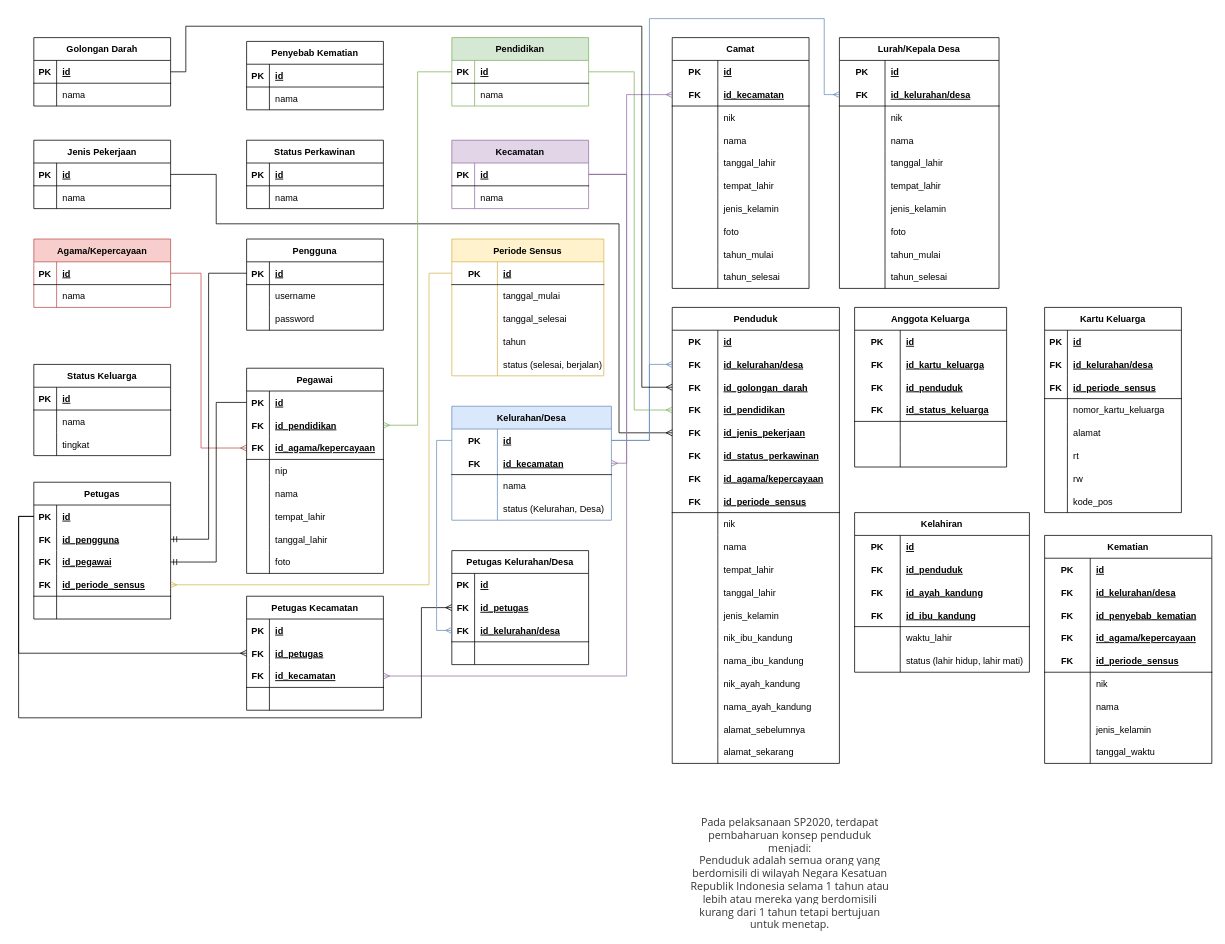
Earlier version of the draw.io diagram database/Database Schema.drawio (yafizh/SKRIPSI-Sensus-Penduduk-BPS-HSU). Source tidied: cells renumbered, new cells numbered last; positions are measured from the earlier drawing's top-left corner, leaving out a move shared by most shapes. Both pictures are drawn from the tidied source at 76%, with x=0, y=0 at pixel (18, 18).
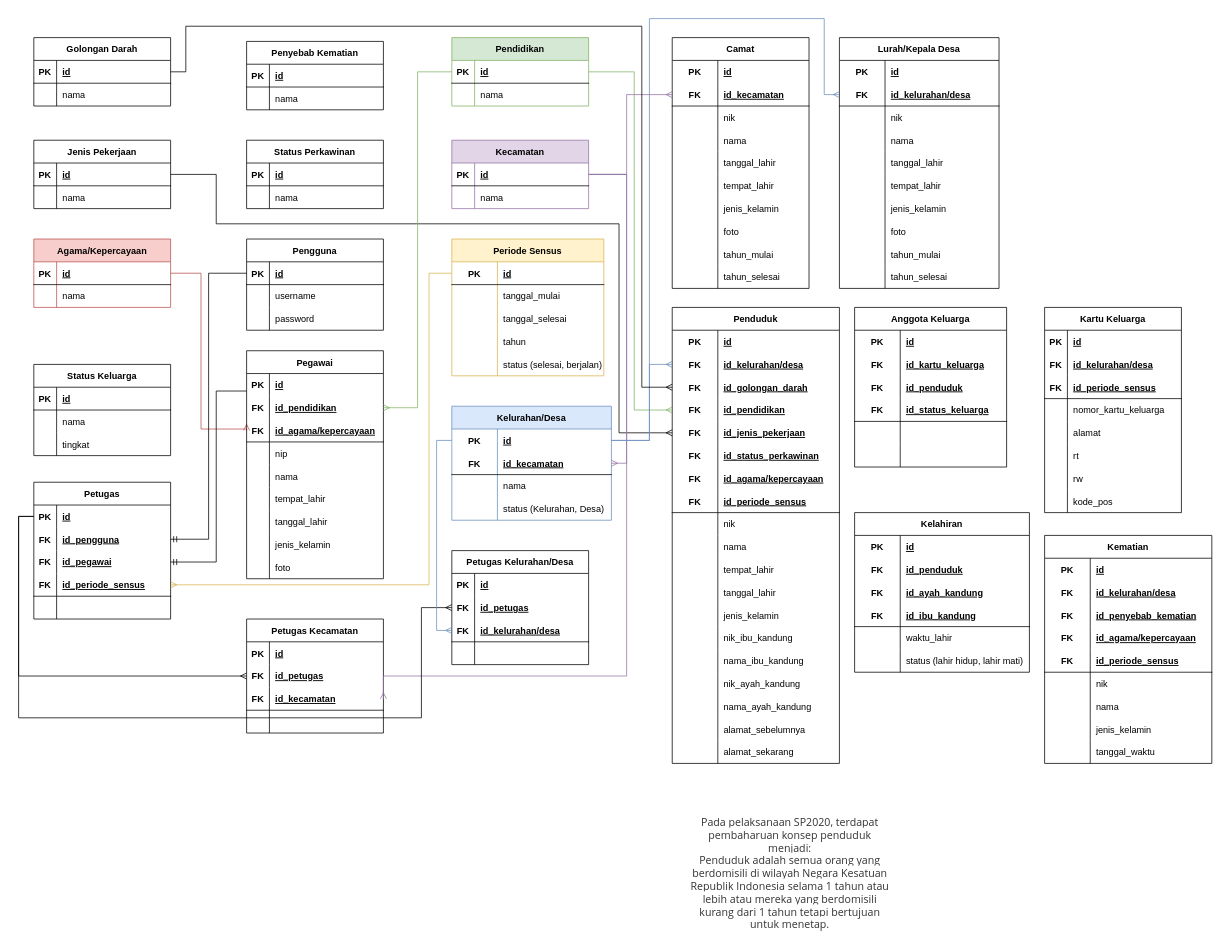
The same page after the edit.

The change refers to these unchanged cells:
```xml
<mxCell id="192" value="Agama/Kepercayaan" style="shape=table;startSize=30;childLayout=tableLayout;rowLines=0;fontStyle=1;align=center;fillColor=#f8cecc;strokeColor=#b85450;" parent="1" vertex="1">
  <mxGeometry x="20" y="290" width="180" height="90" as="geometry" />
</mxCell>
<mxCell id="300" style="shape=tableRow;horizontal=0;startSize=0;swimlaneHead=0;swimlaneBody=0;fillColor=none;points=[[0,0.5],[1,0.5]];portConstraint=eastwest;top=0;left=0;right=0;bottom=1;strokeColor=none;" parent="299" vertex="1">
  <mxGeometry y="30" width="180" height="30" as="geometry" />
</mxCell>
<mxCell id="306" style="shape=tableRow;horizontal=0;startSize=0;swimlaneHead=0;swimlaneBody=0;fillColor=none;points=[[0,0.5],[1,0.5]];portConstraint=eastwest;top=0;left=0;right=0;bottom=1;" parent="299" vertex="1">
  <mxGeometry y="90" width="180" height="30" as="geometry" />
</mxCell>
<mxCell id="328" style="shape=tableRow;horizontal=0;startSize=0;swimlaneHead=0;swimlaneBody=0;fillColor=none;points=[[0,0.5],[1,0.5]];portConstraint=eastwest;top=0;left=0;right=0;bottom=1;strokeColor=none;" parent="324" vertex="1">
  <mxGeometry y="60" width="180" height="30" as="geometry" />
</mxCell>
<mxCell id="367" style="shape=tableRow;horizontal=0;startSize=0;swimlaneHead=0;swimlaneBody=0;fillColor=none;points=[[0,0.5],[1,0.5]];portConstraint=eastwest;top=0;left=0;right=0;bottom=1;strokeColor=none;" parent="366" vertex="1">
  <mxGeometry y="30" width="180" height="30" as="geometry" />
</mxCell>
<mxCell id="373" style="shape=tableRow;horizontal=0;startSize=0;swimlaneHead=0;swimlaneBody=0;fillColor=none;points=[[0,0.5],[1,0.5]];portConstraint=eastwest;top=0;left=0;right=0;bottom=1;strokeColor=none;" parent="366" vertex="1">
  <mxGeometry y="90" width="180" height="30" as="geometry" />
</mxCell>
```

Change to the diagram source:
```diff
@@
     <mxCell id="191" style="edgeStyle=orthogonalEdgeStyle;rounded=0;jettySize=auto;html=1;entryX=0;entryY=0.5;entryDx=0;entryDy=0;endArrow=ERmany;endFill=0;fillColor=#f8cecc;strokeColor=#b85450;" parent="1" edge="1" source="192" target="306">
       <mxGeometry relative="1" as="geometry">
         <Array as="points">
           <mxPoint x="240" y="335" />
-          <mxPoint x="240" y="565" />
+          <mxPoint x="240" y="540" />
+          <mxPoint x="300" y="540" />
         </Array>
       </mxGeometry>
     </mxCell>
@@
     <mxCell id="299" value="Pegawai" style="shape=table;startSize=30;childLayout=tableLayout;rowLines=0;fontStyle=1;align=center;" parent="1" vertex="1">
-      <mxGeometry x="300" y="460" width="180" height="270" as="geometry" />
+      <mxGeometry x="300" y="437" width="180" height="300" as="geometry" />
     </mxCell>
@@
+    <mxCell id="395" style="shape=tableRow;horizontal=0;startSize=0;swimlaneHead=0;swimlaneBody=0;fillColor=none;top=0;left=0;right=0;bottom=0;" parent="299" vertex="1">
+      <mxGeometry y="240" width="180" height="30" as="geometry" />
+    </mxCell>
+    <mxCell id="396" style="shape=partialRectangle;fillColor=none;top=0;left=0;bottom=0;right=0;overflow=hidden;" parent="395" vertex="1">
+      <mxGeometry width="30" height="30" as="geometry" />
+    </mxCell>
+    <mxCell id="397" value="jenis_kelamin" style="shape=partialRectangle;fillColor=none;top=0;left=0;bottom=0;right=0;align=left;spacingLeft=6;overflow=hidden;" parent="395" vertex="1">
+      <mxGeometry x="30" width="150" height="30" as="geometry" />
+    </mxCell>
     <mxCell id="321" style="shape=tableRow;horizontal=0;startSize=0;swimlaneHead=0;swimlaneBody=0;fillColor=none;top=0;left=0;right=0;bottom=0;" parent="299" vertex="1">
-      <mxGeometry y="240" width="180" height="30" as="geometry" />
+      <mxGeometry y="270" width="180" height="30" as="geometry" />
     </mxCell>
@@
     <mxCell id="324" value="Petugas Kecamatan" style="shape=table;startSize=30;childLayout=tableLayout;rowLines=0;fontStyle=1;align=center;" parent="1" vertex="1">
-      <mxGeometry x="300" y="760" width="180" height="150" as="geometry" />
+      <mxGeometry x="300" y="790" width="180" height="150" as="geometry" />
     </mxCell>
@@
     <mxCell id="386" style="edgeStyle=orthogonalEdgeStyle;rounded=0;jettySize=auto;html=1;entryX=1;entryY=0.5;entryDx=0;entryDy=0;endArrow=ERmandOne;endFill=0;" parent="1" edge="1" source="300" target="373">
       <mxGeometry relative="1" as="geometry">
         <Array as="points">
-          <mxPoint x="260" y="505" />
+          <mxPoint x="260" y="490" />
           <mxPoint x="260" y="715" />
         </Array>
       </mxGeometry>
     </mxCell>
     <mxCell id="387" style="edgeStyle=orthogonalEdgeStyle;rounded=0;jettySize=auto;html=1;entryX=0;entryY=0.5;entryDx=0;entryDy=0;endArrow=ERmany;endFill=0;" parent="1" edge="1" source="367" target="328">
       <mxGeometry relative="1" as="geometry">
         <Array as="points">
           <mxPoint y="655" />
-          <mxPoint y="835" />
+          <mxPoint y="865" />
         </Array>
       </mxGeometry>
     </mxCell>
```
